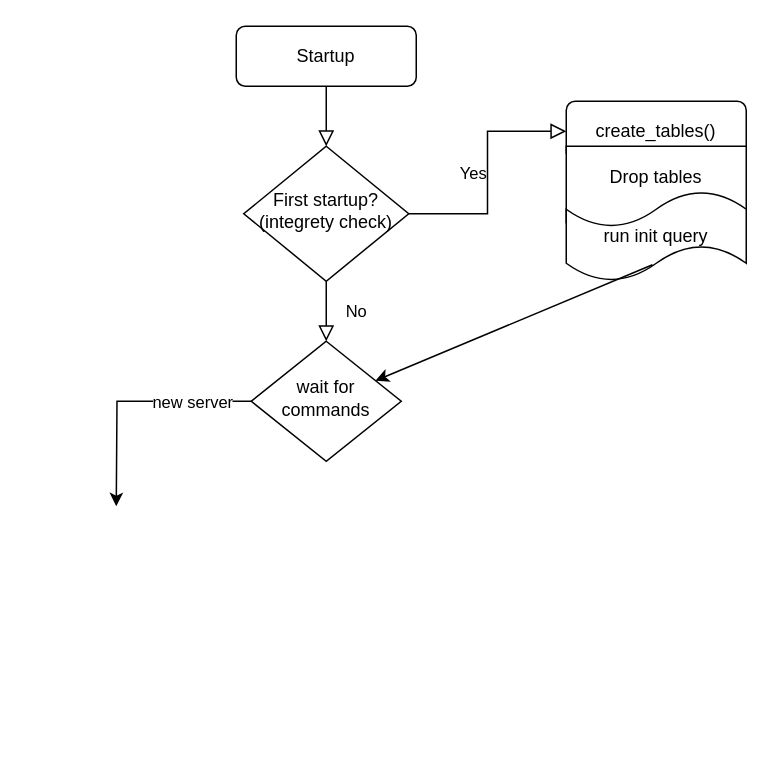
Tobias-Auer/MCConnect keeps this draw.io diagram as database/Untitled Diagram.drawio. Above is the earlier version. Source tidied: cells renumbered, new cells numbered last; positions are measured from the earlier drawing's top-left corner, leaving out a move shared by most shapes. Both pictures are drawn from the tidied source at 150%, with x=0, y=0 at pixel (116, 26).
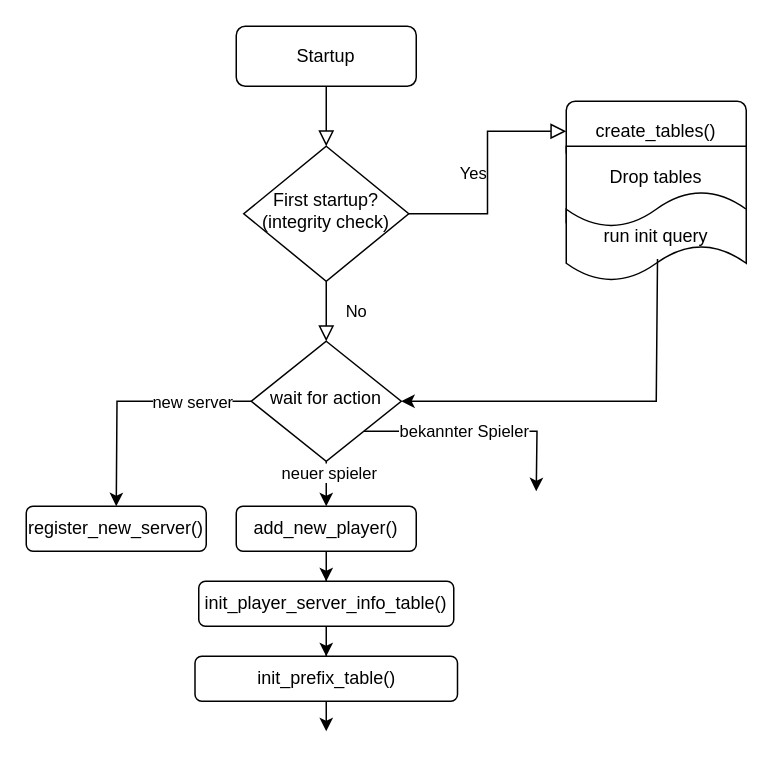
After the change.

Unchanged cells that the change refers to:
```xml
<mxCell id="12" value="run init query" style="shape=tape;whiteSpace=wrap;html=1;" parent="1" vertex="1">
  <mxGeometry x="300" y="110" width="120" height="60" as="geometry" />
</mxCell>
```

What changed in the source:
```diff
@@
-    <mxCell id="6" value="&lt;div&gt;First startup?&lt;/div&gt;&lt;div&gt;(integrety check)&lt;br&gt;&lt;/div&gt;" style="rhombus;whiteSpace=wrap;html=1;shadow=0;fontFamily=Helvetica;fontSize=12;align=center;strokeWidth=1;spacing=6;spacingTop=-4;" parent="1" vertex="1">
+    <mxCell id="6" value="&lt;div&gt;First startup?&lt;/div&gt;&lt;div&gt;(integrity check)&lt;br&gt;&lt;/div&gt;" style="rhombus;whiteSpace=wrap;html=1;shadow=0;fontFamily=Helvetica;fontSize=12;align=center;strokeWidth=1;spacing=6;spacingTop=-4;" parent="1" vertex="1">
       <mxGeometry x="85" y="80" width="110" height="90" as="geometry" />
     </mxCell>
@@
+    <mxCell id="14" style="edgeStyle=orthogonalEdgeStyle;rounded=0;jettySize=auto;html=1;exitX=0.5;exitY=1;exitDx=0;exitDy=0;entryX=0.5;entryY=0;entryDx=0;entryDy=0;" parent="1" edge="1" source="10" target="20">
+      <mxGeometry relative="1" as="geometry" />
+    </mxCell>
+    <mxCell id="15" value="neuer spieler" style="edgeLabel;html=1;align=center;verticalAlign=middle;" parent="14" vertex="1">
+      <mxGeometry x="-0.56" y="1" relative="1" as="geometry" />
+    </mxCell>
+    <mxCell id="16" style="edgeStyle=orthogonalEdgeStyle;rounded=0;jettySize=auto;html=1;exitX=1;exitY=1;exitDx=0;exitDy=0;" parent="1" edge="1" source="10">
+      <mxGeometry relative="1" as="geometry">
+        <mxPoint x="280" y="310" as="targetPoint" />
+      </mxGeometry>
+    </mxCell>
+    <mxCell id="17" value="bekannter Spieler" style="edgeLabel;html=1;align=center;verticalAlign=middle;" parent="16" vertex="1">
+      <mxGeometry x="-0.04" y="1" relative="1" as="geometry">
+        <mxPoint x="-9" as="offset" />
+      </mxGeometry>
+    </mxCell>
-    <mxCell id="10" value="&lt;div&gt;wait for commands&lt;/div&gt;" style="rhombus;whiteSpace=wrap;html=1;shadow=0;fontFamily=Helvetica;fontSize=12;align=center;strokeWidth=1;spacing=6;spacingTop=-4;" parent="1" vertex="1">
+    <mxCell id="10" value="&lt;div&gt;wait for action&lt;/div&gt;" style="rhombus;whiteSpace=wrap;html=1;shadow=0;fontFamily=Helvetica;fontSize=12;align=center;strokeWidth=1;spacing=6;spacingTop=-4;" parent="1" vertex="1">
       <mxGeometry x="90" y="210" width="100" height="80" as="geometry" />
     </mxCell>
@@
-    <mxCell id="13" style="endArrow=classic;html=1;rounded=0;exitX=0.479;exitY=0.817;exitDx=0;exitDy=0;exitPerimeter=0;" parent="1" edge="1" source="12" target="10">
-      <mxGeometry relative="1" as="geometry" />
+    <mxCell id="13" style="endArrow=classic;html=1;rounded=0;exitX=0.507;exitY=0.753;exitDx=0;exitDy=0;exitPerimeter=0;" parent="1" edge="1" source="12" target="10">
+      <mxGeometry relative="1" as="geometry">
+        <Array as="points">
+          <mxPoint x="360" y="250" />
+        </Array>
+      </mxGeometry>
     </mxCell>
+    <mxCell id="18" value="register_new_server()" style="rounded=1;whiteSpace=wrap;html=1;" parent="1" vertex="1">
+      <mxGeometry x="-60" y="320" width="120" height="30" as="geometry" />
+    </mxCell>
+    <mxCell id="19" style="edgeStyle=orthogonalEdgeStyle;rounded=0;jettySize=auto;html=1;" parent="1" edge="1" source="20" target="23">
+      <mxGeometry relative="1" as="geometry" />
+    </mxCell>
+    <mxCell id="20" value="add_new_player()" style="rounded=1;whiteSpace=wrap;html=1;" parent="1" vertex="1">
+      <mxGeometry x="80" y="320" width="120" height="30" as="geometry" />
+    </mxCell>
+    <mxCell id="21" style="edgeStyle=orthogonalEdgeStyle;rounded=0;orthogonalLoop=1;jettySize=auto;html=1;exitX=0.5;exitY=1;exitDx=0;exitDy=0;" parent="1" edge="1" source="20" target="20">
+      <mxGeometry relative="1" as="geometry" />
+    </mxCell>
+    <mxCell id="22" style="edgeStyle=orthogonalEdgeStyle;rounded=0;jettySize=auto;html=1;" parent="1" edge="1" source="23" target="25">
+      <mxGeometry relative="1" as="geometry" />
+    </mxCell>
+    <mxCell id="23" value="init_player_server_info_table()" style="whiteSpace=wrap;html=1;rounded=1;" parent="1" vertex="1">
+      <mxGeometry x="55" y="370" width="170" height="30" as="geometry" />
+    </mxCell>
+    <mxCell id="24" style="edgeStyle=orthogonalEdgeStyle;rounded=0;jettySize=auto;html=1;" parent="1" edge="1" source="25">
+      <mxGeometry relative="1" as="geometry">
+        <mxPoint x="140" y="470" as="targetPoint" />
+      </mxGeometry>
+    </mxCell>
+    <mxCell id="25" value="init_prefix_table()" style="whiteSpace=wrap;html=1;rounded=1;" parent="1" vertex="1">
+      <mxGeometry x="52.5" y="420" width="175" height="30" as="geometry" />
+    </mxCell>
```
